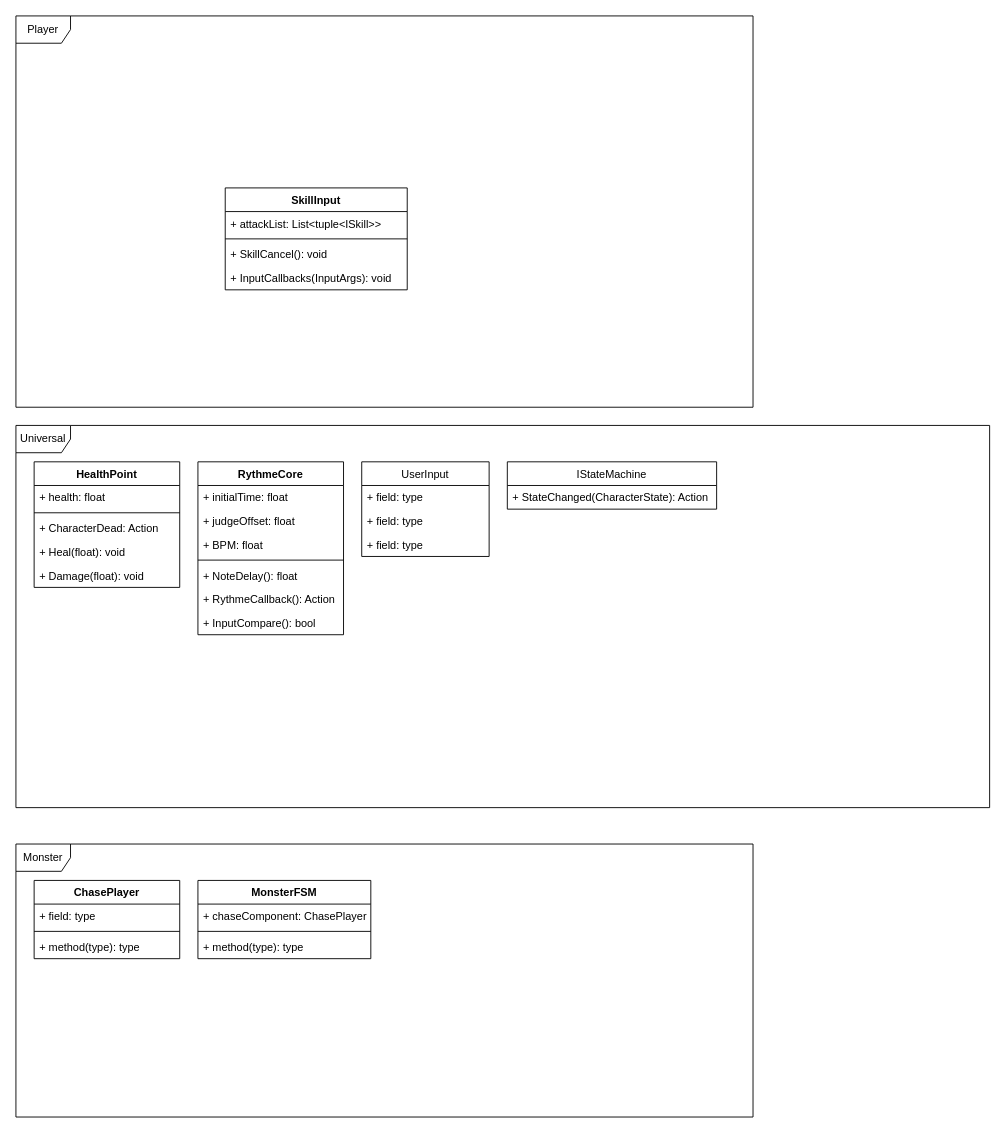
Earlier version of the draw.io diagram page "Page-1" (1 of 2) of XR-UML.drawio (yongwoo117/XR-Project). Source tidied: cells renumbered, new cells numbered last; positions are measured from the earlier drawing's top-left corner, leaving out a move shared by most shapes. Both pictures are drawn from the tidied source at 91%, with x=0, y=0 at pixel (15, 15).
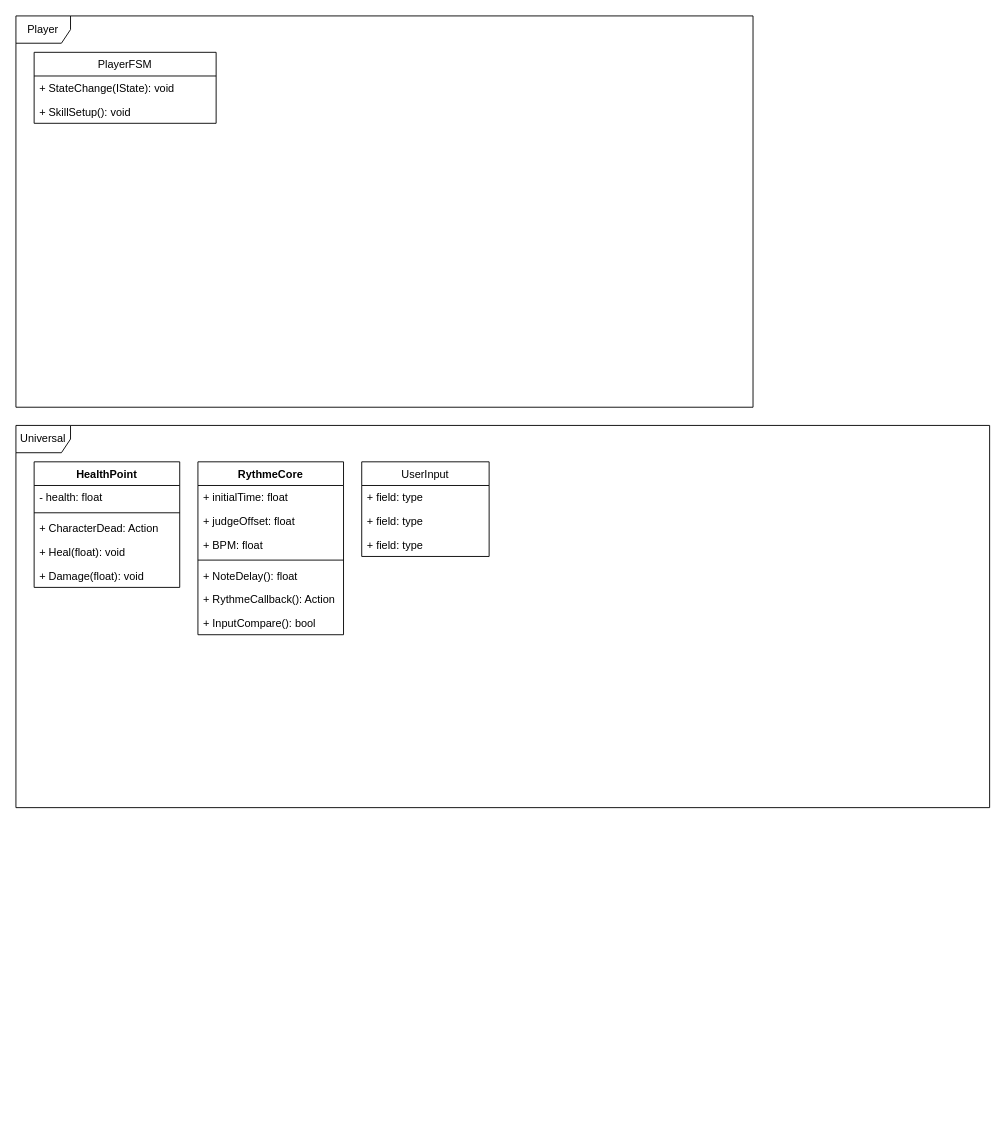
The same page after the edit.

The change refers to these unchanged cells:
```xml
<mxCell id="9" value="HealthPoint" style="swimlane;fontStyle=1;align=center;verticalAlign=top;horizontal=1;startSize=26;" parent="1" vertex="1">
  <mxGeometry x="20" y="490" width="160" height="138" as="geometry" />
</mxCell>
```

Change to the diagram source:
```diff
@@
-    <mxCell id="3" value="SkillInput" style="swimlane;fontStyle=1;align=center;verticalAlign=top;horizontal=1;startSize=26;" parent="1" vertex="1">
-      <mxGeometry x="230" y="189" width="200" height="112" as="geometry" />
-    </mxCell>
-    <mxCell id="4" value="+ attackList: List&lt;tuple&lt;ISkill&gt;&gt;" style="text;strokeColor=none;fillColor=none;align=left;verticalAlign=top;spacingLeft=4;spacingRight=4;overflow=hidden;" parent="3" vertex="1">
-      <mxGeometry y="26" width="200" height="26" as="geometry" />
-    </mxCell>
-    <mxCell id="5" style="line;strokeWidth=1;fillColor=none;align=left;verticalAlign=middle;spacingTop=-1;spacingLeft=3;spacingRight=3;labelPosition=right;strokeColor=inherit;" parent="3" vertex="1">
-      <mxGeometry y="52" width="200" height="8" as="geometry" />
-    </mxCell>
-    <mxCell id="6" value="+ SkillCancel(): void" style="text;strokeColor=none;fillColor=none;align=left;verticalAlign=top;spacingLeft=4;spacingRight=4;overflow=hidden;" parent="3" vertex="1">
-      <mxGeometry y="60" width="200" height="26" as="geometry" />
-    </mxCell>
-    <mxCell id="7" value="+ InputCallbacks(InputArgs): void" style="text;strokeColor=none;fillColor=none;align=left;verticalAlign=top;spacingLeft=4;spacingRight=4;overflow=hidden;" parent="3" vertex="1">
-      <mxGeometry y="86" width="200" height="26" as="geometry" />
-    </mxCell>
@@
-    <mxCell id="10" value="+ health: float" style="text;strokeColor=none;fillColor=none;align=left;verticalAlign=top;spacingLeft=4;spacingRight=4;overflow=hidden;" parent="9" vertex="1">
+    <mxCell id="10" value="- health: float" style="text;strokeColor=none;fillColor=none;align=left;verticalAlign=top;spacingLeft=4;spacingRight=4;overflow=hidden;" parent="9" vertex="1">
       <mxGeometry y="26" width="160" height="26" as="geometry" />
     </mxCell>
@@
-    <mxCell id="15" value="Monster" style="shape=umlFrame;whiteSpace=wrap;html=1;" parent="1" vertex="1">
-      <mxGeometry y="910" width="810" height="300" as="geometry" />
-    </mxCell>
-    <mxCell id="16" value="ChasePlayer" style="swimlane;fontStyle=1;align=center;verticalAlign=top;horizontal=1;startSize=26;" parent="1" vertex="1">
-      <mxGeometry x="20" y="950" width="160" height="86" as="geometry" />
-    </mxCell>
-    <mxCell id="17" value="+ field: type" style="text;strokeColor=none;fillColor=none;align=left;verticalAlign=top;spacingLeft=4;spacingRight=4;overflow=hidden;" parent="16" vertex="1">
-      <mxGeometry y="26" width="160" height="26" as="geometry" />
-    </mxCell>
-    <mxCell id="18" style="line;strokeWidth=1;fillColor=none;align=left;verticalAlign=middle;spacingTop=-1;spacingLeft=3;spacingRight=3;labelPosition=right;strokeColor=inherit;" parent="16" vertex="1">
-      <mxGeometry y="52" width="160" height="8" as="geometry" />
-    </mxCell>
-    <mxCell id="19" value="+ method(type): type" style="text;strokeColor=none;fillColor=none;align=left;verticalAlign=top;spacingLeft=4;spacingRight=4;overflow=hidden;" parent="16" vertex="1">
-      <mxGeometry y="60" width="160" height="26" as="geometry" />
-    </mxCell>
@@
-    <mxCell id="32" value="MonsterFSM" style="swimlane;fontStyle=1;align=center;verticalAlign=top;horizontal=1;startSize=26;" parent="1" vertex="1">
-      <mxGeometry x="200" y="950" width="190" height="86" as="geometry" />
-    </mxCell>
-    <mxCell id="33" value="+ chaseComponent: ChasePlayer" style="text;strokeColor=none;fillColor=none;align=left;verticalAlign=top;spacingLeft=4;spacingRight=4;overflow=hidden;" parent="32" vertex="1">
-      <mxGeometry y="26" width="190" height="26" as="geometry" />
-    </mxCell>
-    <mxCell id="34" style="line;strokeWidth=1;fillColor=none;align=left;verticalAlign=middle;spacingTop=-1;spacingLeft=3;spacingRight=3;labelPosition=right;strokeColor=inherit;" parent="32" vertex="1">
-      <mxGeometry y="52" width="190" height="8" as="geometry" />
-    </mxCell>
-    <mxCell id="35" value="+ method(type): type" style="text;strokeColor=none;fillColor=none;align=left;verticalAlign=top;spacingLeft=4;spacingRight=4;overflow=hidden;" parent="32" vertex="1">
-      <mxGeometry y="60" width="190" height="26" as="geometry" />
-    </mxCell>
-    <mxCell id="36" value="IStateMachine" style="swimlane;fontStyle=0;horizontal=1;startSize=26;fillColor=none;" parent="1" vertex="1">
-      <mxGeometry x="540" y="490" width="230" height="52" as="geometry" />
-    </mxCell>
-    <mxCell id="37" value="+ StateChanged(CharacterState): Action" style="text;strokeColor=none;fillColor=none;align=left;verticalAlign=top;spacingLeft=4;spacingRight=4;overflow=hidden;" parent="36" vertex="1">
-      <mxGeometry y="26" width="230" height="26" as="geometry" />
-    </mxCell>
+    <mxCell id="38" value="PlayerFSM" style="swimlane;fontStyle=0;horizontal=1;startSize=26;fillColor=none;" parent="1" vertex="1">
+      <mxGeometry x="20" y="40" width="200" height="78" as="geometry" />
+    </mxCell>
+    <mxCell id="39" value="+ StateChange(IState): void" style="text;strokeColor=none;fillColor=none;align=left;verticalAlign=top;spacingLeft=4;spacingRight=4;overflow=hidden;" parent="38" vertex="1">
+      <mxGeometry y="26" width="200" height="26" as="geometry" />
+    </mxCell>
+    <mxCell id="40" value="+ SkillSetup(): void" style="text;strokeColor=none;fillColor=none;align=left;verticalAlign=top;spacingLeft=4;spacingRight=4;overflow=hidden;" parent="38" vertex="1">
+      <mxGeometry y="52" width="200" height="26" as="geometry" />
+    </mxCell>
```
